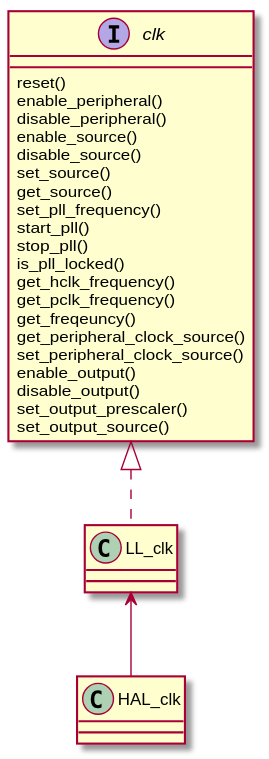
Earlier version of the PlantUML export docs/source/assets/images/clk.svg (onkwon/halmcu).
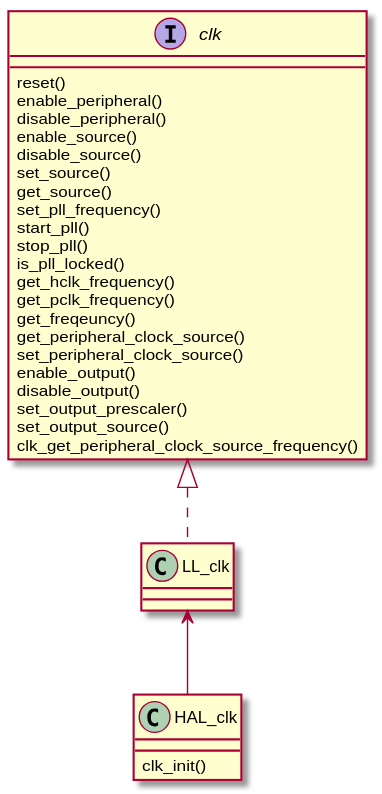
Later version of the same file.

Diff of the diagram source:
```diff
@@ -20,12 +20,14 @@
 	disable_output()
 	set_output_prescaler()
 	set_output_source()
+	clk_get_peripheral_clock_source_frequency()
 }
 
 class LL_clk {
 }
 
 class HAL_clk {
+	clk_init()
 }
 
 clk <|.. LL_clk
```
